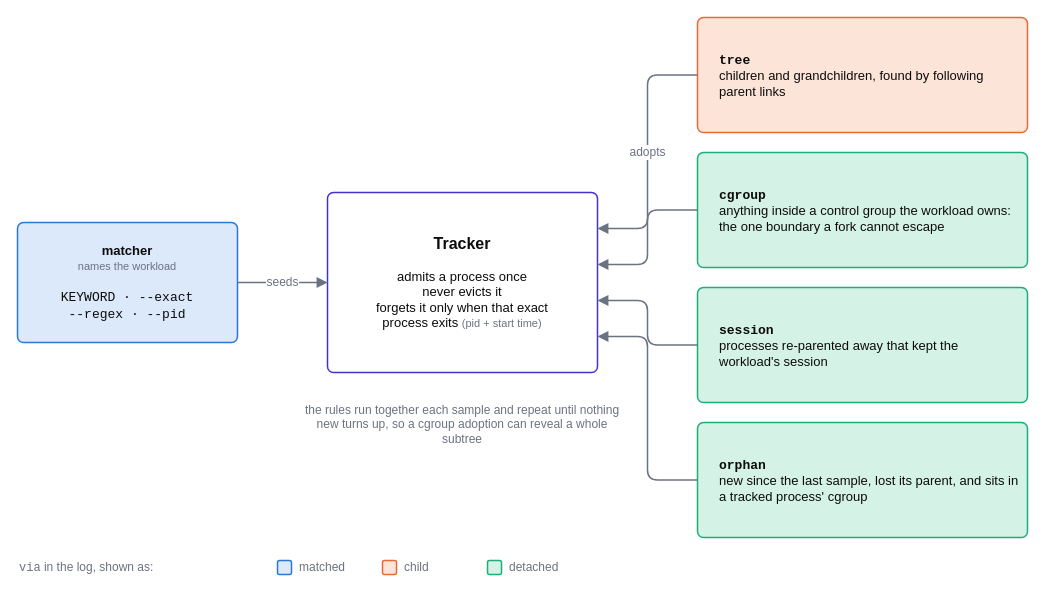
The draw.io diagram docs/assets/diagrams/membership-rules.drawio in ibadrather/treehawk, before the edit. Source tidied: cells renumbered, new cells numbered last; positions are measured from the earlier drawing's top-left corner, leaving out a move shared by most shapes. Both pictures are drawn from the tidied source at 100%, with x=0, y=0 at pixel (17, 17).
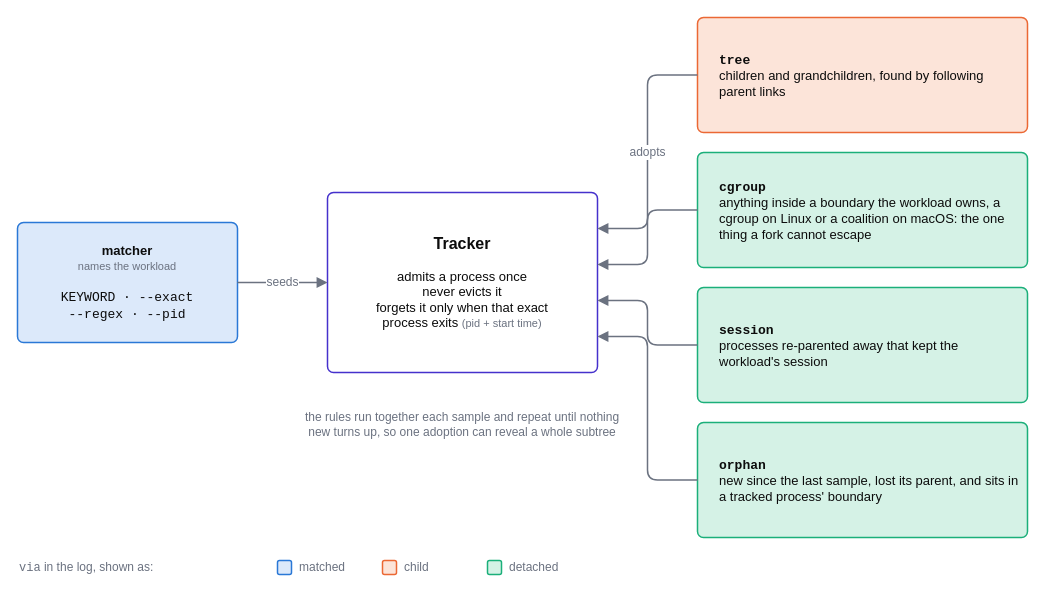
Above is the later version.

What changed in the source:
```diff
@@
-    <mxCell id="7" value="&lt;b&gt;&lt;span style=&quot;font-family:monospace&quot;&gt;cgroup&lt;/span&gt;&lt;/b&gt;&lt;br&gt;anything inside a control group the workload owns: the one boundary a fork cannot escape" style="rounded=1;arcSize=12;absoluteArcSize=1;whiteSpace=wrap;html=1;fillColor=#D5F2E6;strokeColor=#1BAF7A;strokeWidth=1.5;fontSize=13;fontColor=#0C0C0C;align=left;verticalAlign=middle;spacing=8;fontFamily=Helvetica;spacingLeft=14;" parent="1" vertex="1">
+    <mxCell id="7" value="&lt;b&gt;&lt;span style=&quot;font-family:monospace&quot;&gt;cgroup&lt;/span&gt;&lt;/b&gt;&lt;br&gt;anything inside a boundary the workload owns, a cgroup on Linux or a coalition on macOS: the one thing a fork cannot escape" style="rounded=1;arcSize=12;absoluteArcSize=1;whiteSpace=wrap;html=1;fillColor=#D5F2E6;strokeColor=#1BAF7A;strokeWidth=1.5;fontSize=13;fontColor=#0C0C0C;align=left;verticalAlign=middle;spacing=8;fontFamily=Helvetica;spacingLeft=14;" parent="1" vertex="1">
       <mxGeometry x="680" y="135" width="330" height="115" as="geometry" />
     </mxCell>
@@
-    <mxCell id="11" value="&lt;b&gt;&lt;span style=&quot;font-family:monospace&quot;&gt;orphan&lt;/span&gt;&lt;/b&gt;&lt;br&gt;new since the last sample, lost its parent, and sits in a tracked process' cgroup" style="rounded=1;arcSize=12;absoluteArcSize=1;whiteSpace=wrap;html=1;fillColor=#D5F2E6;strokeColor=#1BAF7A;strokeWidth=1.5;fontSize=13;fontColor=#0C0C0C;align=left;verticalAlign=middle;spacing=8;fontFamily=Helvetica;spacingLeft=14;" parent="1" vertex="1">
+    <mxCell id="11" value="&lt;b&gt;&lt;span style=&quot;font-family:monospace&quot;&gt;orphan&lt;/span&gt;&lt;/b&gt;&lt;br&gt;new since the last sample, lost its parent, and sits in a tracked process' boundary" style="rounded=1;arcSize=12;absoluteArcSize=1;whiteSpace=wrap;html=1;fillColor=#D5F2E6;strokeColor=#1BAF7A;strokeWidth=1.5;fontSize=13;fontColor=#0C0C0C;align=left;verticalAlign=middle;spacing=8;fontFamily=Helvetica;spacingLeft=14;" parent="1" vertex="1">
       <mxGeometry x="680" y="405" width="330" height="115" as="geometry" />
     </mxCell>
@@
-    <mxCell id="13" value="the rules run together each sample and repeat until nothing new turns up, so a cgroup adoption can reveal a whole subtree" style="text;html=1;whiteSpace=wrap;strokeColor=none;fillColor=none;align=center;verticalAlign=middle;fontSize=12;fontColor=#6B7280;fontFamily=Helvetica;" parent="1" vertex="1">
+    <mxCell id="13" value="the rules run together each sample and repeat until nothing new turns up, so one adoption can reveal a whole subtree" style="text;html=1;whiteSpace=wrap;strokeColor=none;fillColor=none;align=center;verticalAlign=middle;fontSize=12;fontColor=#6B7280;fontFamily=Helvetica;" parent="1" vertex="1">
       <mxGeometry x="280" y="375" width="330" height="64" as="geometry" />
     </mxCell>
```
